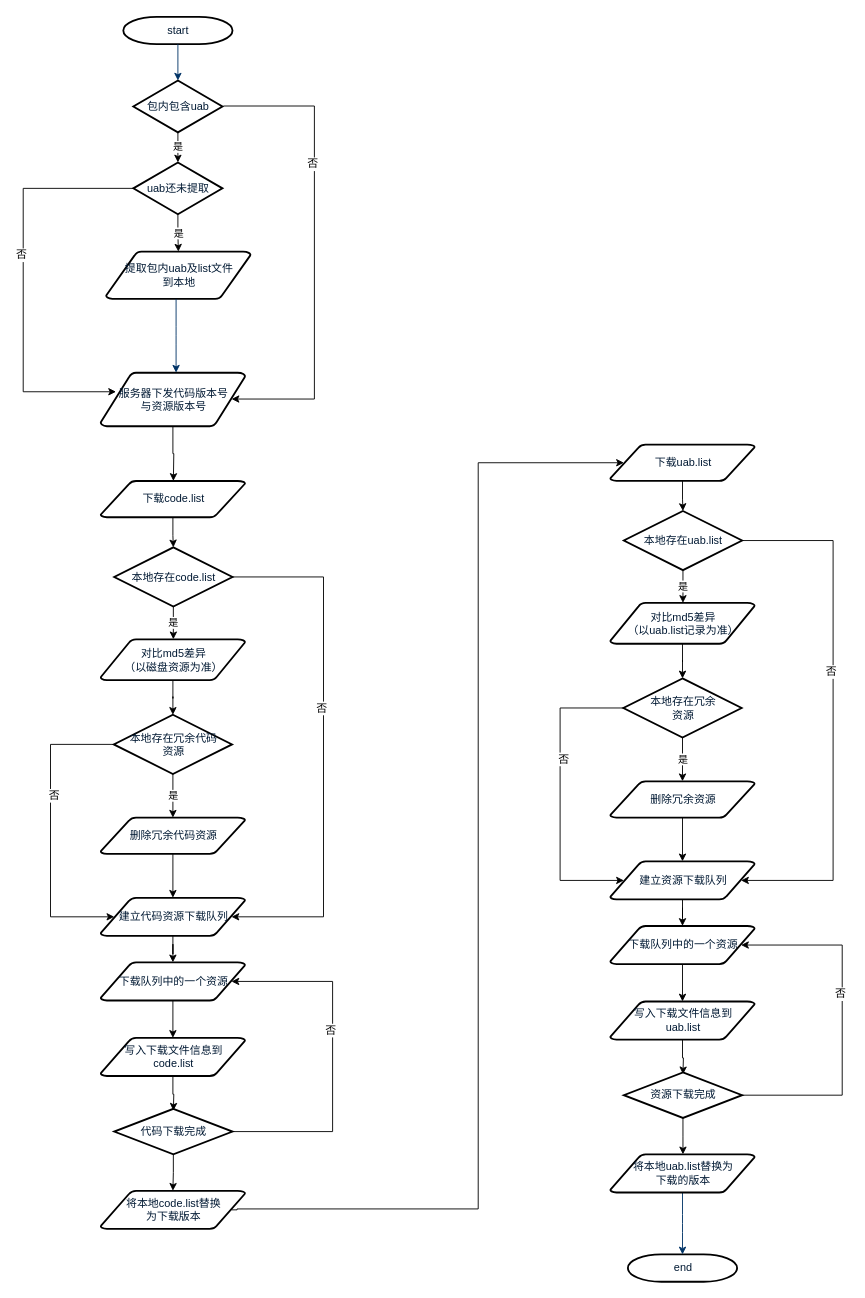
Before: update uab.drawio in qiaoqiaoxiong/diagram, a draw.io diagram. Source tidied: cells renumbered, new cells numbered last; positions are measured from the earlier drawing's top-left corner, leaving out a move shared by most shapes. Both pictures are drawn from the tidied source at 91%, with x=0, y=0 at pixel (23, 16).
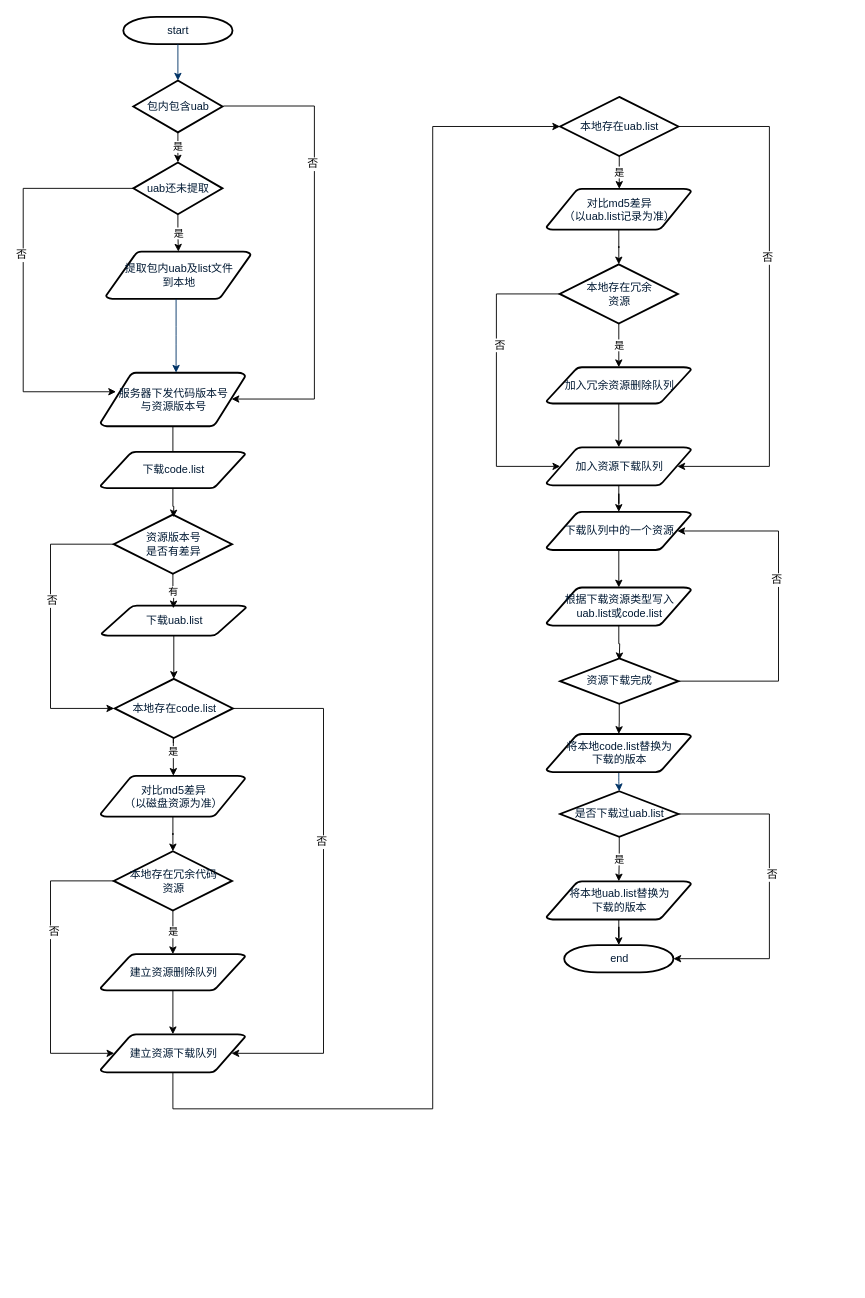
After the change.

What changed in the source:
```diff
@@
     <mxCell id="8" value="end" style="shape=mxgraph.flowchart.terminator;fillColor=#FFFFFF;strokeColor=#000000;strokeWidth=2;gradientColor=none;gradientDirection=north;fontColor=#001933;fontStyle=0;html=1;" parent="1" vertex="1">
-      <mxGeometry x="664.5" y="1360" width="120" height="30" as="geometry" />
+      <mxGeometry x="594.5" y="1020" width="120" height="30" as="geometry" />
     </mxCell>
-    <mxCell id="9" style="edgeStyle=elbowEdgeStyle;elbow=vertical;exitX=0.5;exitY=1;exitPerimeter=0;entryX=0.5;entryY=0;entryPerimeter=0;fontColor=#001933;fontStyle=1;strokeColor=#003366;strokeWidth=1;html=1;exitDx=0;exitDy=0;" parent="1" edge="1" source="67" target="8">
-      <mxGeometry as="geometry" />
+    <mxCell id="9" style="edgeStyle=elbowEdgeStyle;elbow=vertical;exitX=0.5;exitY=1;exitPerimeter=0;entryX=0.5;entryY=0;entryPerimeter=0;fontColor=#001933;fontStyle=1;strokeColor=#003366;strokeWidth=1;html=1;exitDx=0;exitDy=0;entryDx=0;entryDy=0;" parent="1" edge="1" source="67" target="79">
+      <mxGeometry x="-70" y="-455" as="geometry" />
     </mxCell>
@@
     <mxCell id="19" value="对比md5差异&lt;br&gt;（以磁盘资源为准）" style="shape=mxgraph.flowchart.data;fillColor=#FFFFFF;strokeColor=#000000;strokeWidth=2;gradientColor=none;gradientDirection=north;fontColor=#001933;fontStyle=0;html=1;" parent="1" vertex="1">
-      <mxGeometry x="85" y="684" width="159" height="45" as="geometry" />
+      <mxGeometry x="85" y="834" width="159" height="45" as="geometry" />
     </mxCell>
-    <mxCell id="20" value="是" style="edgeStyle=orthogonalEdgeStyle;rounded=0;jettySize=auto;html=1;" parent="1" edge="1" source="23" target="19">
+    <mxCell id="20" value="是" style="edgeStyle=orthogonalEdgeStyle;rounded=0;jettySize=auto;html=1;" parent="1" edge="1" target="19">
       <mxGeometry relative="1" as="geometry">
+        <mxPoint x="165" y="798" as="sourcePoint" />
         <Array as="points">
-          <mxPoint x="165" y="668" />
-          <mxPoint x="165" y="668" />
+          <mxPoint x="165" y="790" />
+          <mxPoint x="165" y="790" />
         </Array>
       </mxGeometry>
     </mxCell>
-    <mxCell id="21" style="edgeStyle=orthogonalEdgeStyle;rounded=0;jettySize=auto;html=1;entryX=0.905;entryY=0.5;entryDx=0;entryDy=0;entryPerimeter=0;" parent="1" edge="1" source="23" target="25">
+    <mxCell id="21" style="edgeStyle=orthogonalEdgeStyle;rounded=0;jettySize=auto;html=1;entryX=0.905;entryY=0.5;entryDx=0;entryDy=0;entryPerimeter=0;exitX=1;exitY=0.5;exitDx=0;exitDy=0;exitPerimeter=0;" parent="1" edge="1" source="23" target="25">
       <mxGeometry relative="1" as="geometry">
         <Array as="points">
-          <mxPoint x="330" y="616" />
-          <mxPoint x="330" y="989" />
+          <mxPoint x="330" y="760" />
+          <mxPoint x="330" y="1139" />
         </Array>
       </mxGeometry>
     </mxCell>
@@
     <mxCell id="23" value="本地存在code.list" style="shape=mxgraph.flowchart.decision;fillColor=#FFFFFF;strokeColor=#000000;strokeWidth=2;gradientColor=none;gradientDirection=north;fontColor=#001933;fontStyle=0;html=1;" parent="1" vertex="1">
-      <mxGeometry x="100" y="583" width="130" height="65" as="geometry" />
+      <mxGeometry x="100.5" y="727.5" width="130" height="65" as="geometry" />
     </mxCell>
-    <mxCell id="24" style="edgeStyle=orthogonalEdgeStyle;rounded=0;jettySize=auto;html=1;" parent="1" edge="1" source="25" target="27">
-      <mxGeometry relative="1" as="geometry" />
+    <mxCell id="24" style="edgeStyle=orthogonalEdgeStyle;rounded=0;jettySize=auto;html=1;entryX=0;entryY=0.5;entryDx=0;entryDy=0;entryPerimeter=0;" parent="1" edge="1" source="25" target="48">
+      <mxGeometry relative="1" as="geometry">
+        <Array as="points">
+          <mxPoint x="165" y="1200" />
+          <mxPoint x="450" y="1200" />
+          <mxPoint x="450" y="121" />
+        </Array>
+      </mxGeometry>
     </mxCell>
-    <mxCell id="25" value="建立代码资源下载队列" style="shape=mxgraph.flowchart.data;fillColor=#FFFFFF;strokeColor=#000000;strokeWidth=2;gradientColor=none;gradientDirection=north;fontColor=#001933;fontStyle=0;html=1;" parent="1" vertex="1">
-      <mxGeometry x="85" y="968" width="159" height="42" as="geometry" />
+    <mxCell id="25" value="建立资源下载队列" style="shape=mxgraph.flowchart.data;fillColor=#FFFFFF;strokeColor=#000000;strokeWidth=2;gradientColor=none;gradientDirection=north;fontColor=#001933;fontStyle=0;html=1;" parent="1" vertex="1">
+      <mxGeometry x="85" y="1118" width="159" height="42" as="geometry" />
     </mxCell>
-    <mxCell id="26" style="edgeStyle=orthogonalEdgeStyle;rounded=0;jettySize=auto;html=1;" parent="1" edge="1" source="27" target="29">
-      <mxGeometry relative="1" as="geometry" />
-    </mxCell>
-    <mxCell id="27" value="下载队列中的一个资源" style="shape=mxgraph.flowchart.data;fillColor=#FFFFFF;strokeColor=#000000;strokeWidth=2;gradientColor=none;gradientDirection=north;fontColor=#001933;fontStyle=0;html=1;" parent="1" vertex="1">
-      <mxGeometry x="85" y="1039" width="159" height="42" as="geometry" />
-    </mxCell>
-    <mxCell id="28" style="edgeStyle=orthogonalEdgeStyle;rounded=0;jettySize=auto;html=1;" parent="1" edge="1" source="29">
-      <mxGeometry relative="1" as="geometry">
-        <mxPoint x="165" y="1202" as="targetPoint" />
-      </mxGeometry>
-    </mxCell>
-    <mxCell id="29" value="写入下载文件信息到&lt;br&gt;code.list&lt;br&gt;" style="shape=mxgraph.flowchart.data;fillColor=#FFFFFF;strokeColor=#000000;strokeWidth=2;gradientColor=none;gradientDirection=north;fontColor=#001933;fontStyle=0;html=1;" parent="1" vertex="1">
-      <mxGeometry x="85" y="1122" width="159" height="42" as="geometry" />
-    </mxCell>
-    <mxCell id="30" style="edgeStyle=orthogonalEdgeStyle;rounded=0;jettySize=auto;html=1;" parent="1" edge="1" source="31" target="23">
+    <mxCell id="30" style="edgeStyle=orthogonalEdgeStyle;rounded=0;jettySize=auto;html=1;exitX=0.5;exitY=1;exitDx=0;exitDy=0;exitPerimeter=0;" parent="1" edge="1" source="56" target="23">
       <mxGeometry relative="1" as="geometry" />
     </mxCell>
     <mxCell id="31" value="下载code.list" style="shape=mxgraph.flowchart.data;fillColor=#FFFFFF;strokeColor=#000000;strokeWidth=2;gradientColor=none;gradientDirection=north;fontColor=#001933;fontStyle=0;html=1;" parent="1" vertex="1">
-      <mxGeometry x="85" y="510" width="159" height="40" as="geometry" />
+      <mxGeometry x="85" y="478" width="159" height="40" as="geometry" />
     </mxCell>
@@
-    <mxCell id="33" value="删除冗余代码资源" style="shape=mxgraph.flowchart.data;fillColor=#FFFFFF;strokeColor=#000000;strokeWidth=2;gradientColor=none;gradientDirection=north;fontColor=#001933;fontStyle=0;html=1;" parent="1" vertex="1">
-      <mxGeometry x="85" y="880" width="159" height="40" as="geometry" />
+    <mxCell id="33" value="建立资源删除队列" style="shape=mxgraph.flowchart.data;fillColor=#FFFFFF;strokeColor=#000000;strokeWidth=2;gradientColor=none;gradientDirection=north;fontColor=#001933;fontStyle=0;html=1;" parent="1" vertex="1">
+      <mxGeometry x="85" y="1030" width="159" height="40" as="geometry" />
     </mxCell>
@@
     <mxCell id="35" style="edgeStyle=orthogonalEdgeStyle;rounded=0;jettySize=auto;html=1;entryX=0.095;entryY=0.5;entryDx=0;entryDy=0;entryPerimeter=0;" parent="1" edge="1" source="37" target="25">
       <mxGeometry relative="1" as="geometry">
         <Array as="points">
-          <mxPoint x="30" y="799.5" />
-          <mxPoint x="30" y="989" />
+          <mxPoint x="30" y="949.5" />
+          <mxPoint x="30" y="1139" />
         </Array>
       </mxGeometry>
     </mxCell>
@@
     <mxCell id="37" value="本地存在冗余代码&lt;br&gt;资源" style="shape=mxgraph.flowchart.decision;fillColor=#FFFFFF;strokeColor=#000000;strokeWidth=2;gradientColor=none;gradientDirection=north;fontColor=#001933;fontStyle=0;html=1;" parent="1" vertex="1">
-      <mxGeometry x="99.5" y="767" width="130" height="65" as="geometry" />
+      <mxGeometry x="99.5" y="917" width="130" height="65" as="geometry" />
     </mxCell>
-    <mxCell id="38" style="edgeStyle=orthogonalEdgeStyle;rounded=0;jettySize=auto;html=1;entryX=0.905;entryY=0.5;entryDx=0;entryDy=0;entryPerimeter=0;" parent="1" edge="1" source="42" target="27">
-      <mxGeometry relative="1" as="geometry">
-        <Array as="points">
-          <mxPoint x="340" y="1225" />
-          <mxPoint x="340" y="1060" />
-        </Array>
-      </mxGeometry>
-    </mxCell>
-    <mxCell id="39" value="否" style="text;html=1;align=center;verticalAlign=middle;labelBackgroundColor=#ffffff;" parent="38" vertex="1">
-      <mxGeometry x="0.15" y="3" relative="1" as="geometry" />
-    </mxCell>
-    <mxCell id="40" style="edgeStyle=orthogonalEdgeStyle;rounded=0;jettySize=auto;html=1;entryX=0.095;entryY=0.5;entryDx=0;entryDy=0;entryPerimeter=0;exitX=0.905;exitY=0.5;exitDx=0;exitDy=0;exitPerimeter=0;" parent="1" edge="1" source="68" target="56">
-      <mxGeometry relative="1" as="geometry">
-        <Array as="points">
-          <mxPoint x="235" y="1310" />
-          <mxPoint x="500" y="1310" />
-          <mxPoint x="500" y="490" />
-        </Array>
-      </mxGeometry>
-    </mxCell>
-    <mxCell id="41" style="edgeStyle=orthogonalEdgeStyle;rounded=0;jettySize=auto;html=1;" parent="1" edge="1" source="42" target="68">
-      <mxGeometry relative="1" as="geometry" />
-    </mxCell>
-    <mxCell id="42" value="代码下载完成" style="shape=mxgraph.flowchart.decision;fillColor=#FFFFFF;strokeColor=#000000;strokeWidth=2;gradientColor=none;gradientDirection=north;fontColor=#001933;fontStyle=0;html=1;" parent="1" vertex="1">
-      <mxGeometry x="100" y="1200" width="130" height="50" as="geometry" />
-    </mxCell>
@@
     <mxCell id="44" value="对比md5差异&lt;br&gt;（以uab.list记录为准）&lt;br&gt;" style="shape=mxgraph.flowchart.data;fillColor=#FFFFFF;strokeColor=#000000;strokeWidth=2;gradientColor=none;gradientDirection=north;fontColor=#001933;fontStyle=0;html=1;" parent="1" vertex="1">
-      <mxGeometry x="645" y="644" width="159" height="45" as="geometry" />
+      <mxGeometry x="575" y="189" width="159" height="45" as="geometry" />
     </mxCell>
     <mxCell id="45" value="是" style="edgeStyle=orthogonalEdgeStyle;rounded=0;jettySize=auto;html=1;" parent="1" edge="1" source="48" target="44">
       <mxGeometry relative="1" as="geometry">
         <Array as="points">
-          <mxPoint x="725" y="628" />
-          <mxPoint x="725" y="628" />
+          <mxPoint x="655" y="173" />
+          <mxPoint x="655" y="173" />
         </Array>
       </mxGeometry>
     </mxCell>
     <mxCell id="46" style="edgeStyle=orthogonalEdgeStyle;rounded=0;jettySize=auto;html=1;entryX=0.905;entryY=0.5;entryDx=0;entryDy=0;entryPerimeter=0;" parent="1" edge="1" source="48" target="50">
       <mxGeometry relative="1" as="geometry">
         <Array as="points">
-          <mxPoint x="890" y="576" />
-          <mxPoint x="890" y="949" />
+          <mxPoint x="820" y="121" />
+          <mxPoint x="820" y="494" />
         </Array>
       </mxGeometry>
     </mxCell>
@@
     <mxCell id="48" value="本地存在uab.list" style="shape=mxgraph.flowchart.decision;fillColor=#FFFFFF;strokeColor=#000000;strokeWidth=2;gradientColor=none;gradientDirection=north;fontColor=#001933;fontStyle=0;html=1;" parent="1" vertex="1">
-      <mxGeometry x="660" y="543" width="130" height="65" as="geometry" />
+      <mxGeometry x="590" y="88" width="130" height="65" as="geometry" />
     </mxCell>
@@
-    <mxCell id="50" value="建立资源下载队列" style="shape=mxgraph.flowchart.data;fillColor=#FFFFFF;strokeColor=#000000;strokeWidth=2;gradientColor=none;gradientDirection=north;fontColor=#001933;fontStyle=0;html=1;" parent="1" vertex="1">
-      <mxGeometry x="645" y="928" width="159" height="42" as="geometry" />
+    <mxCell id="50" value="加入资源下载队列" style="shape=mxgraph.flowchart.data;fillColor=#FFFFFF;strokeColor=#000000;strokeWidth=2;gradientColor=none;gradientDirection=north;fontColor=#001933;fontStyle=0;html=1;" parent="1" vertex="1">
+      <mxGeometry x="575" y="473" width="159" height="42" as="geometry" />
     </mxCell>
@@
     <mxCell id="52" value="下载队列中的一个资源" style="shape=mxgraph.flowchart.data;fillColor=#FFFFFF;strokeColor=#000000;strokeWidth=2;gradientColor=none;gradientDirection=north;fontColor=#001933;fontStyle=0;html=1;" parent="1" vertex="1">
-      <mxGeometry x="645" y="999" width="159" height="42" as="geometry" />
+      <mxGeometry x="575" y="544" width="159" height="42" as="geometry" />
     </mxCell>
     <mxCell id="53" style="edgeStyle=orthogonalEdgeStyle;rounded=0;jettySize=auto;html=1;" parent="1" edge="1" source="54">
       <mxGeometry relative="1" as="geometry">
-        <mxPoint x="725" y="1162" as="targetPoint" />
+        <mxPoint x="655" y="707" as="targetPoint" />
       </mxGeometry>
     </mxCell>
-    <mxCell id="54" value="写入下载文件信息到&lt;br&gt;uab.list&lt;br&gt;" style="shape=mxgraph.flowchart.data;fillColor=#FFFFFF;strokeColor=#000000;strokeWidth=2;gradientColor=none;gradientDirection=north;fontColor=#001933;fontStyle=0;html=1;" parent="1" vertex="1">
-      <mxGeometry x="645" y="1082" width="159" height="42" as="geometry" />
+    <mxCell id="54" value="根据下载资源类型写入&lt;br&gt;uab.list或code.list&lt;br&gt;" style="shape=mxgraph.flowchart.data;fillColor=#FFFFFF;strokeColor=#000000;strokeWidth=2;gradientColor=none;gradientDirection=north;fontColor=#001933;fontStyle=0;html=1;" parent="1" vertex="1">
+      <mxGeometry x="575" y="627" width="159" height="42" as="geometry" />
     </mxCell>
-    <mxCell id="55" style="edgeStyle=orthogonalEdgeStyle;rounded=0;jettySize=auto;html=1;" parent="1" edge="1" source="56" target="48">
-      <mxGeometry relative="1" as="geometry" />
-    </mxCell>
     <mxCell id="56" value="下载uab.list" style="shape=mxgraph.flowchart.data;fillColor=#FFFFFF;strokeColor=#000000;strokeWidth=2;gradientColor=none;gradientDirection=north;fontColor=#001933;fontStyle=0;html=1;" parent="1" vertex="1">
-      <mxGeometry x="645" y="470" width="159" height="40" as="geometry" />
+      <mxGeometry x="86" y="647" width="159" height="33" as="geometry" />
     </mxCell>
@@
-    <mxCell id="58" value="删除冗余资源" style="shape=mxgraph.flowchart.data;fillColor=#FFFFFF;strokeColor=#000000;strokeWidth=2;gradientColor=none;gradientDirection=north;fontColor=#001933;fontStyle=0;html=1;" parent="1" vertex="1">
-      <mxGeometry x="645" y="840" width="159" height="40" as="geometry" />
+    <mxCell id="58" value="加入冗余资源删除队列" style="shape=mxgraph.flowchart.data;fillColor=#FFFFFF;strokeColor=#000000;strokeWidth=2;gradientColor=none;gradientDirection=north;fontColor=#001933;fontStyle=0;html=1;" parent="1" vertex="1">
+      <mxGeometry x="575" y="385" width="159" height="40" as="geometry" />
     </mxCell>
@@
     <mxCell id="60" style="edgeStyle=orthogonalEdgeStyle;rounded=0;jettySize=auto;html=1;entryX=0.095;entryY=0.5;entryDx=0;entryDy=0;entryPerimeter=0;" parent="1" edge="1" source="62" target="50">
       <mxGeometry relative="1" as="geometry">
         <Array as="points">
-          <mxPoint x="590" y="759.5" />
-          <mxPoint x="590" y="949" />
+          <mxPoint x="520" y="304.5" />
+          <mxPoint x="520" y="494" />
         </Array>
       </mxGeometry>
     </mxCell>
@@
     <mxCell id="62" value="本地存在冗余&lt;br&gt;资源" style="shape=mxgraph.flowchart.decision;fillColor=#FFFFFF;strokeColor=#000000;strokeWidth=2;gradientColor=none;gradientDirection=north;fontColor=#001933;fontStyle=0;html=1;" parent="1" vertex="1">
-      <mxGeometry x="659.5" y="727" width="130" height="65" as="geometry" />
+      <mxGeometry x="589.5" y="272" width="130" height="65" as="geometry" />
     </mxCell>
     <mxCell id="63" style="edgeStyle=orthogonalEdgeStyle;rounded=0;jettySize=auto;html=1;entryX=0.905;entryY=0.5;entryDx=0;entryDy=0;entryPerimeter=0;" parent="1" edge="1" source="66" target="52">
       <mxGeometry relative="1" as="geometry">
         <Array as="points">
-          <mxPoint x="900" y="1185" />
-          <mxPoint x="900" y="1020" />
+          <mxPoint x="830" y="730" />
+          <mxPoint x="830" y="565" />
         </Array>
       </mxGeometry>
     </mxCell>
@@
-    <mxCell id="65" style="edgeStyle=orthogonalEdgeStyle;rounded=0;jettySize=auto;html=1;" parent="1" edge="1" source="66">
-      <mxGeometry relative="1" as="geometry">
-        <mxPoint x="725" y="1250" as="targetPoint" />
-      </mxGeometry>
+    <mxCell id="65" style="edgeStyle=orthogonalEdgeStyle;rounded=0;jettySize=auto;html=1;entryX=0.5;entryY=0;entryDx=0;entryDy=0;entryPerimeter=0;" parent="1" edge="1" source="66" target="67">
+      <mxGeometry relative="1" as="geometry" />
     </mxCell>
     <mxCell id="66" value="资源下载完成" style="shape=mxgraph.flowchart.decision;fillColor=#FFFFFF;strokeColor=#000000;strokeWidth=2;gradientColor=none;gradientDirection=north;fontColor=#001933;fontStyle=0;html=1;" parent="1" vertex="1">
-      <mxGeometry x="660" y="1160" width="130" height="50" as="geometry" />
+      <mxGeometry x="590" y="705" width="130" height="50" as="geometry" />
     </mxCell>
-    <mxCell id="67" value="将本地uab.list替换为&lt;br&gt;下载的版本&lt;br&gt;" style="shape=mxgraph.flowchart.data;fillColor=#FFFFFF;strokeColor=#000000;strokeWidth=2;gradientColor=none;gradientDirection=north;fontColor=#001933;fontStyle=0;html=1;" parent="1" vertex="1">
-      <mxGeometry x="645" y="1250" width="159" height="42" as="geometry" />
+    <mxCell id="67" value="将本地code.list替换为&lt;br&gt;下载的版本&lt;br&gt;" style="shape=mxgraph.flowchart.data;fillColor=#FFFFFF;strokeColor=#000000;strokeWidth=2;gradientColor=none;gradientDirection=north;fontColor=#001933;fontStyle=0;html=1;" parent="1" vertex="1">
+      <mxGeometry x="575" y="788" width="159" height="42" as="geometry" />
     </mxCell>
-    <mxCell id="68" value="将本地code.list替换&lt;br&gt;为下载版本&lt;br&gt;" style="shape=mxgraph.flowchart.data;fillColor=#FFFFFF;strokeColor=#000000;strokeWidth=2;gradientColor=none;gradientDirection=north;fontColor=#001933;fontStyle=0;html=1;" parent="1" vertex="1">
-      <mxGeometry x="85" y="1290" width="159" height="42" as="geometry" />
-    </mxCell>
+    <mxCell id="69" value="有" style="edgeStyle=orthogonalEdgeStyle;rounded=0;jettySize=auto;html=1;" parent="1" edge="1" source="72">
+      <mxGeometry relative="1" as="geometry">
+        <mxPoint x="165" y="650" as="targetPoint" />
+      </mxGeometry>
+    </mxCell>
+    <mxCell id="70" style="edgeStyle=orthogonalEdgeStyle;rounded=0;jettySize=auto;html=1;exitX=0;exitY=0.5;exitDx=0;exitDy=0;exitPerimeter=0;" parent="1" edge="1" source="72">
+      <mxGeometry relative="1" as="geometry">
+        <mxPoint x="100" y="760" as="targetPoint" />
+        <Array as="points">
+          <mxPoint x="30" y="580" />
+          <mxPoint x="30" y="760" />
+          <mxPoint x="100" y="760" />
+        </Array>
+      </mxGeometry>
+    </mxCell>
+    <mxCell id="71" value="否" style="text;html=1;align=center;verticalAlign=middle;labelBackgroundColor=#ffffff;" parent="70" vertex="1">
+      <mxGeometry x="-0.18" y="1" relative="1" as="geometry" />
+    </mxCell>
+    <mxCell id="72" value="资源版本号&lt;br&gt;是否有差异&lt;br&gt;" style="shape=mxgraph.flowchart.decision;fillColor=#FFFFFF;strokeColor=#000000;strokeWidth=2;gradientColor=none;gradientDirection=north;fontColor=#001933;fontStyle=0;html=1;" parent="1" vertex="1">
+      <mxGeometry x="99.5" y="547" width="130" height="65" as="geometry" />
+    </mxCell>
+    <mxCell id="73" style="edgeStyle=orthogonalEdgeStyle;rounded=0;jettySize=auto;html=1;" parent="1" edge="1" source="31">
+      <mxGeometry relative="1" as="geometry">
+        <mxPoint x="165" y="550" as="targetPoint" />
+      </mxGeometry>
+    </mxCell>
+    <mxCell id="74" style="edgeStyle=orthogonalEdgeStyle;rounded=0;jettySize=auto;html=1;entryX=0.5;entryY=0;entryDx=0;entryDy=0;entryPerimeter=0;" parent="1" edge="1" source="75" target="8">
+      <mxGeometry relative="1" as="geometry" />
+    </mxCell>
+    <mxCell id="75" value="将本地uab.list替换为&lt;br&gt;下载的版本&lt;br&gt;" style="shape=mxgraph.flowchart.data;fillColor=#FFFFFF;strokeColor=#000000;strokeWidth=2;gradientColor=none;gradientDirection=north;fontColor=#001933;fontStyle=0;html=1;" parent="1" vertex="1">
+      <mxGeometry x="575" y="950" width="159" height="42" as="geometry" />
+    </mxCell>
+    <mxCell id="76" value="是" style="edgeStyle=orthogonalEdgeStyle;rounded=0;jettySize=auto;html=1;entryX=0.5;entryY=0;entryDx=0;entryDy=0;entryPerimeter=0;" parent="1" edge="1" source="79" target="75">
+      <mxGeometry relative="1" as="geometry" />
+    </mxCell>
+    <mxCell id="77" style="edgeStyle=orthogonalEdgeStyle;rounded=0;jettySize=auto;html=1;exitX=1;exitY=0.5;exitDx=0;exitDy=0;exitPerimeter=0;entryX=1;entryY=0.5;entryDx=0;entryDy=0;entryPerimeter=0;" parent="1" edge="1" source="79" target="8">
+      <mxGeometry relative="1" as="geometry">
+        <Array as="points">
+          <mxPoint x="820" y="876" />
+          <mxPoint x="820" y="1035" />
+        </Array>
+      </mxGeometry>
+    </mxCell>
+    <mxCell id="78" value="否" style="text;html=1;align=center;verticalAlign=middle;labelBackgroundColor=#ffffff;" parent="77" vertex="1">
+      <mxGeometry x="-0.09" y="2" relative="1" as="geometry" />
+    </mxCell>
+    <mxCell id="79" value="是否下载过uab.list" style="shape=mxgraph.flowchart.decision;fillColor=#FFFFFF;strokeColor=#000000;strokeWidth=2;gradientColor=none;gradientDirection=north;fontColor=#001933;fontStyle=0;html=1;" parent="1" vertex="1">
+      <mxGeometry x="590" y="851" width="130" height="50" as="geometry" />
+    </mxCell>
```
